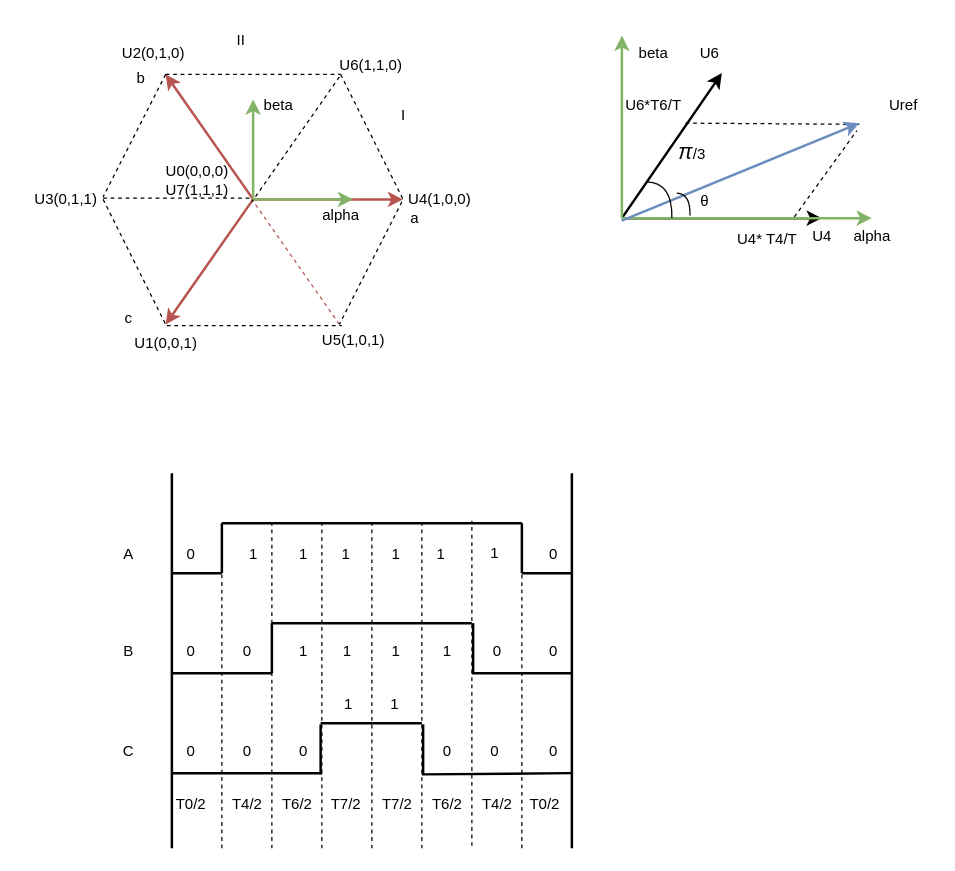
The draw.io diagram page "60度坐标系" (2 of 3) of SVPWM 脉冲调制.drawio in Vinson-001/Blog-flow-chart, before the edit. Source tidied: cells renumbered, new cells numbered last; positions are measured from the earlier drawing's top-left corner, leaving out a move shared by most shapes. Both pictures are drawn from the tidied source at 125%, with x=0, y=0 at pixel (21, 21).
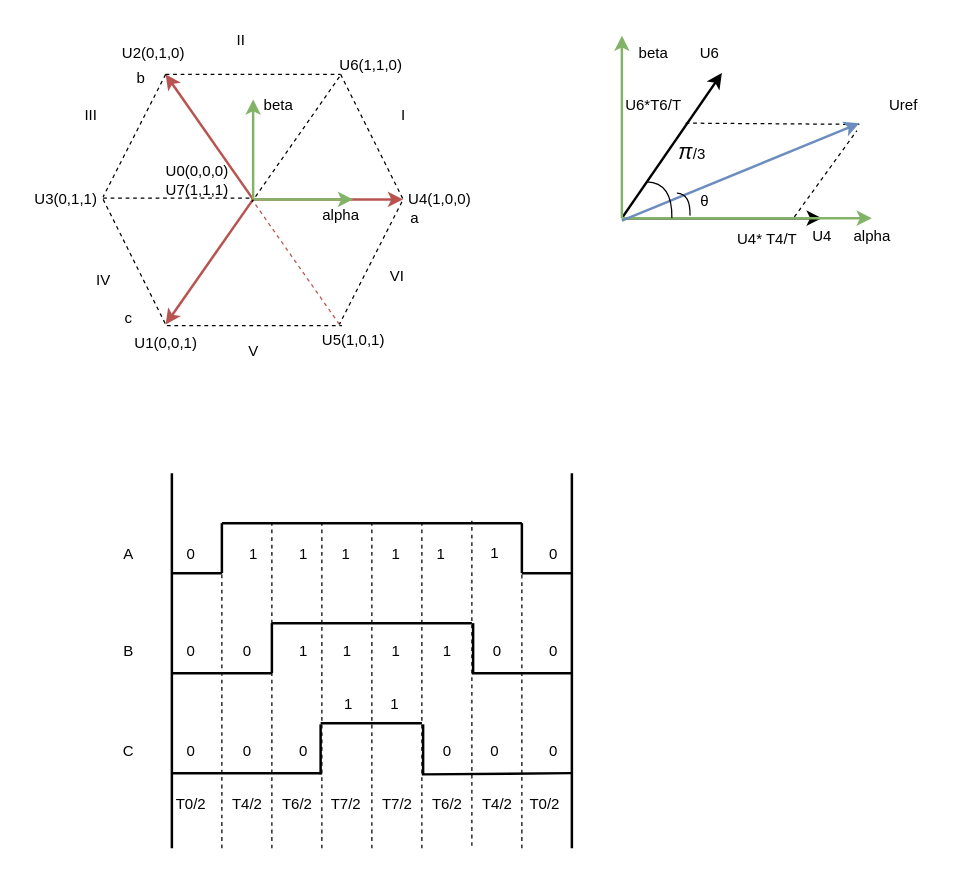
The same page after the edit.

Change to the diagram source:
```diff
@@
+    <mxCell id="107" value="III" style="text;html=1;align=center;verticalAlign=middle;strokeColor=none;fillColor=none;" parent="1" vertex="1">
+      <mxGeometry x="40" y="60" width="30" height="30" as="geometry" />
+    </mxCell>
+    <mxCell id="108" value="IV" style="text;html=1;align=center;verticalAlign=middle;strokeColor=none;fillColor=none;" parent="1" vertex="1">
+      <mxGeometry x="50" y="192" width="30" height="30" as="geometry" />
+    </mxCell>
+    <mxCell id="109" value="V" style="text;html=1;align=center;verticalAlign=middle;strokeColor=none;fillColor=none;" parent="1" vertex="1">
+      <mxGeometry x="170" y="249" width="30" height="30" as="geometry" />
+    </mxCell>
+    <mxCell id="110" value="VI" style="text;html=1;align=center;verticalAlign=middle;strokeColor=none;fillColor=none;" parent="1" vertex="1">
+      <mxGeometry x="285" y="189" width="30" height="30" as="geometry" />
+    </mxCell>
```
